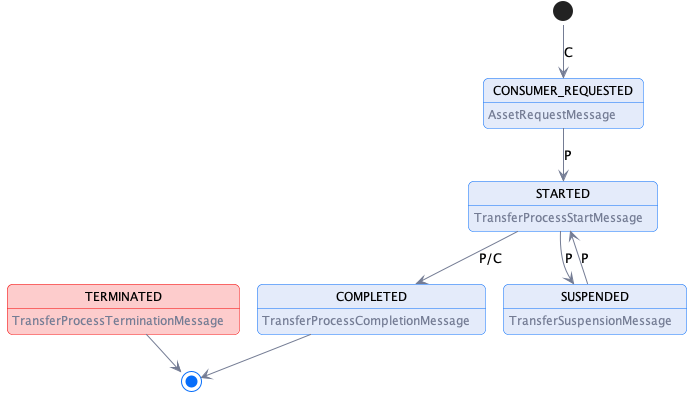
Before: specifications/transfer/transfer.process.state.machine.png, a diagram exported from PlantUML (Metaform/edc-protocols).
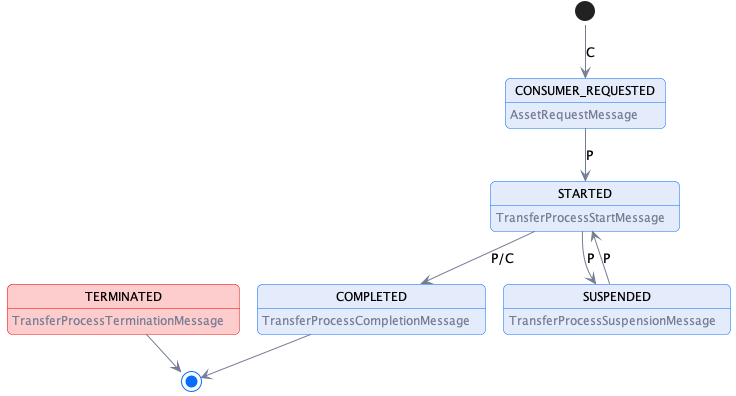
Later version of the same file.

The edit, as a diff of the source:
```diff
@@ -8,7 +8,7 @@
 state CONSUMER_REQUESTED: <color:$darkGray>AssetRequestMessage
 state STARTED: <color:$darkGray>TransferProcessStartMessage
 state COMPLETED: <color:$darkGray>TransferProcessCompletionMessage
-state SUSPENDED: <color:$darkGray>TransferSuspensionMessage
+state SUSPENDED: <color:$darkGray>TransferProcessSuspensionMessage
 
 state TERMINATED $lightRed #$borderRed : <color:$darkGray>TransferProcessTerminationMessage
 
```
